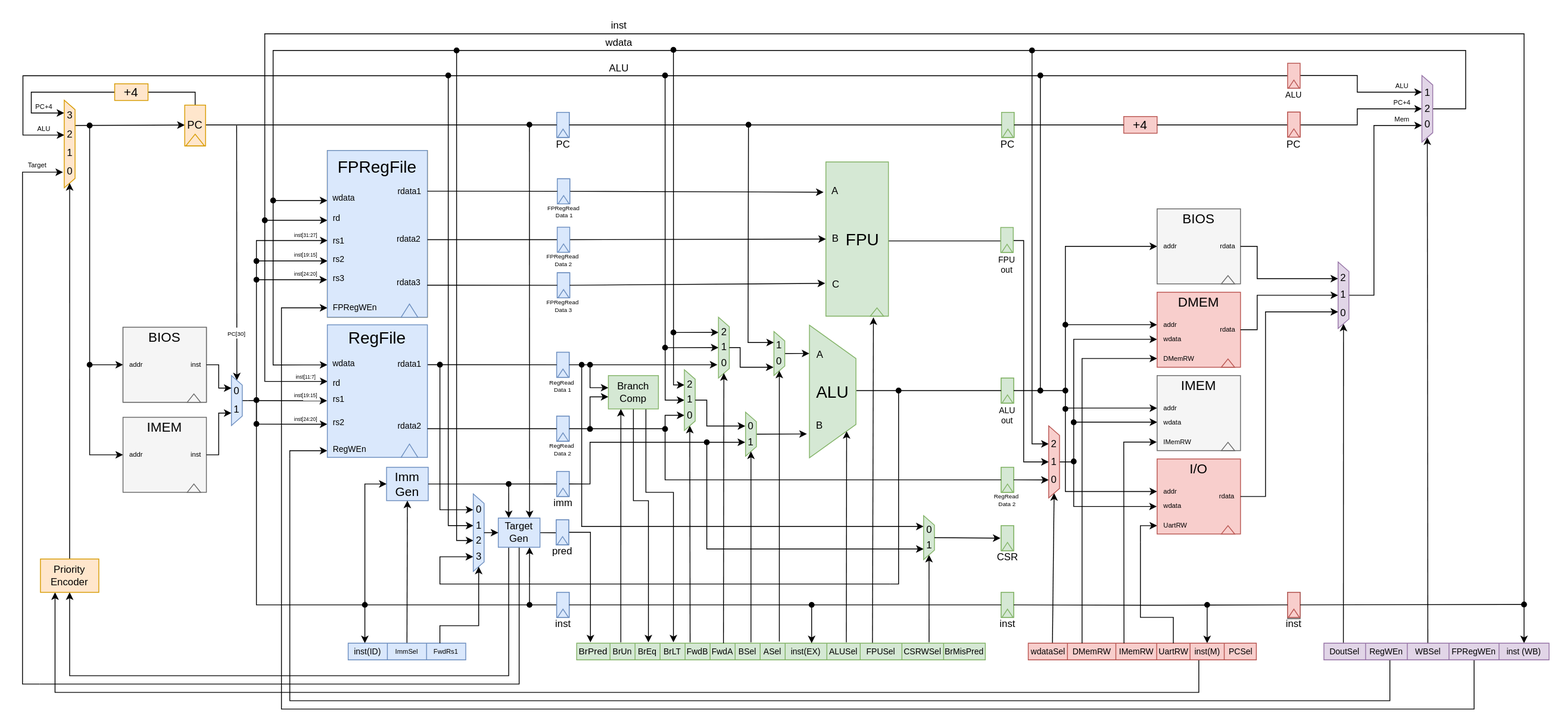
Before: docs/diagram.svg, a diagram exported from draw.io (nikodittmar/jane-street-advent-of-fpga). Source tidied: cells renumbered, new cells last; positions are measured from the earlier drawing's top-left corner, leaving out a move shared by most shapes.
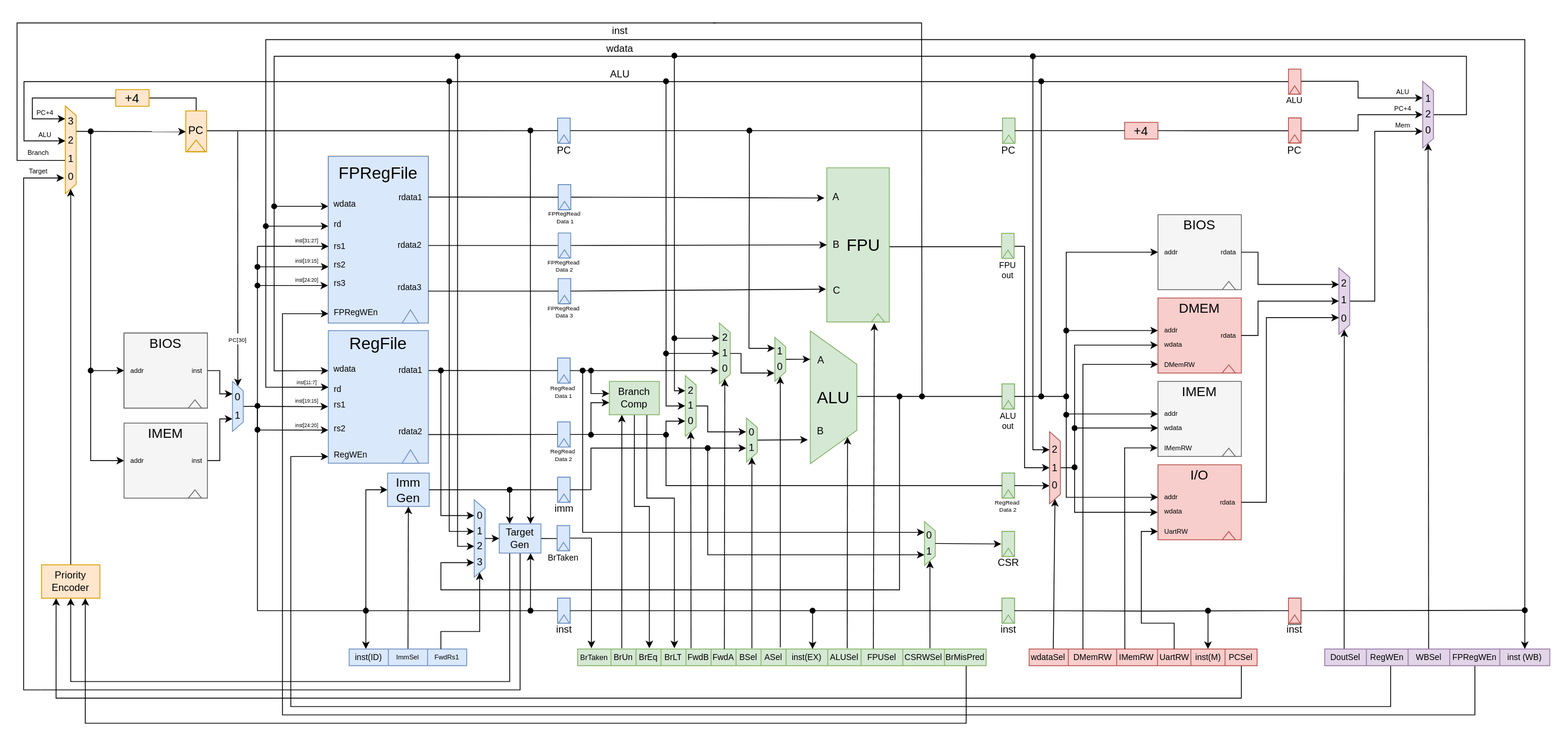
The same diagram one commit later.

Commit message:
feat: added branch mispredict logic to diagram

Change to the diagram source:
```diff
@@ -369,8 +369,8 @@
       <mxGeometry relative="1" as="geometry">
         <Array as="points">
           <mxPoint x="39" y="810" />
-          <mxPoint x="1410" y="810" />
-          <mxPoint x="1410" y="771" />
+          <mxPoint x="1460" y="810" />
+          <mxPoint x="1460" y="771" />
         </Array>
       </mxGeometry>
     </mxCell>
@@ -432,7 +432,7 @@
     <mxCell id="106" style="shape=tableRow;horizontal=0;startSize=0;swimlaneHead=0;swimlaneBody=0;strokeColor=inherit;top=0;left=0;bottom=0;right=0;fillColor=none;points=[[0,0.5],[1,0.5]];portConstraint=eastwest;fontSize=16;fontColor=default;" parent="105" vertex="1">
       <mxGeometry width="490" height="20" as="geometry" />
     </mxCell>
-    <mxCell id="107" value="BrPred" style="shape=partialRectangle;html=1;whiteSpace=wrap;strokeColor=inherit;overflow=hidden;fillColor=none;top=0;left=0;bottom=0;right=0;fontSize=11;verticalAlign=middle;fontColor=default;" parent="106" vertex="1">
+    <mxCell id="107" value="&lt;font style=&quot;font-size: 9px;&quot;&gt;BrTaken&lt;/font&gt;" style="shape=partialRectangle;html=1;whiteSpace=wrap;strokeColor=inherit;overflow=hidden;fillColor=none;top=0;left=0;bottom=0;right=0;fontSize=11;verticalAlign=middle;fontColor=default;" parent="106" vertex="1">
       <mxGeometry width="40" height="20" as="geometry" />
     </mxCell>
     <mxCell id="108" value="&lt;span style=&quot;font-size: 10px;&quot;&gt;BrUn&lt;/span&gt;" style="shape=partialRectangle;html=1;whiteSpace=wrap;strokeColor=inherit;overflow=hidden;fillColor=none;top=0;left=0;bottom=0;right=0;fontSize=11;verticalAlign=middle;fontColor=default;" parent="106" vertex="1">
@@ -1556,8 +1556,35 @@
     <mxCell id="386" style="triangle;whiteSpace=wrap;html=1;rotation=-90;fillColor=#dae8fc;strokeColor=#6c8ebf;fontColor=default;" parent="383" vertex="1">
       <mxGeometry x="2.6" y="18.5" width="9.9" height="13.1" as="geometry" />
     </mxCell>
-    <mxCell id="387" value="pred" style="text;html=1;align=center;verticalAlign=middle;whiteSpace=wrap;rounded=0;fontColor=default;" parent="1" vertex="1">
+    <mxCell id="387" value="&lt;font style=&quot;font-size: 10px;&quot;&gt;BrTaken&lt;/font&gt;" style="text;html=1;align=center;verticalAlign=middle;whiteSpace=wrap;rounded=0;fontColor=default;" parent="1" vertex="1">
       <mxGeometry x="637" y="636" width="20" height="10" as="geometry" />
     </mxCell>
+    <mxCell id="388" style="edgeStyle=elbowEdgeStyle;html=1;exitX=0.951;exitY=1.019;exitDx=0;exitDy=0;entryX=0.75;entryY=1;entryDx=0;entryDy=0;elbow=vertical;rounded=0;curved=0;exitPerimeter=0;" parent="1" edge="1" source="106" target="382">
+      <mxGeometry relative="1" as="geometry">
+        <Array as="points">
+          <mxPoint x="600" y="840" />
+        </Array>
+      </mxGeometry>
+    </mxCell>
+    <mxCell id="389" style="edgeStyle=elbowEdgeStyle;html=1;rounded=0;curved=0;exitX=0.621;exitY=1.027;exitDx=0;exitDy=0;exitPerimeter=0;endArrow=none;endFill=0;" parent="1" edge="1" source="136">
+      <mxGeometry relative="1" as="geometry">
+        <mxPoint x="830" as="targetPoint" />
+        <Array as="points">
+          <mxPoint x="-8.4" y="57.3" />
+        </Array>
+      </mxGeometry>
+    </mxCell>
+    <mxCell id="390" value="&lt;span style=&quot;font-size: 8px;&quot;&gt;Branch&lt;/span&gt;" style="text;html=1;align=center;verticalAlign=middle;whiteSpace=wrap;rounded=0;fontColor=default;" parent="1" vertex="1">
+      <mxGeometry y="150" width="35" height="10" as="geometry" />
+    </mxCell>
+    <mxCell id="391" style="endArrow=none;html=1;edgeStyle=elbowEdgeStyle;endFill=0;startArrow=oval;startFill=1;rounded=0;curved=0;" parent="1" edge="1">
+      <mxGeometry relative="1" as="geometry">
+        <mxPoint x="1077" y="448" as="sourcePoint" />
+        <mxPoint x="826.5" as="targetPoint" />
+        <Array as="points">
+          <mxPoint x="1076.5" y="240" />
+        </Array>
+      </mxGeometry>
+    </mxCell>
   </root>
 </mxGraphModel>
```
